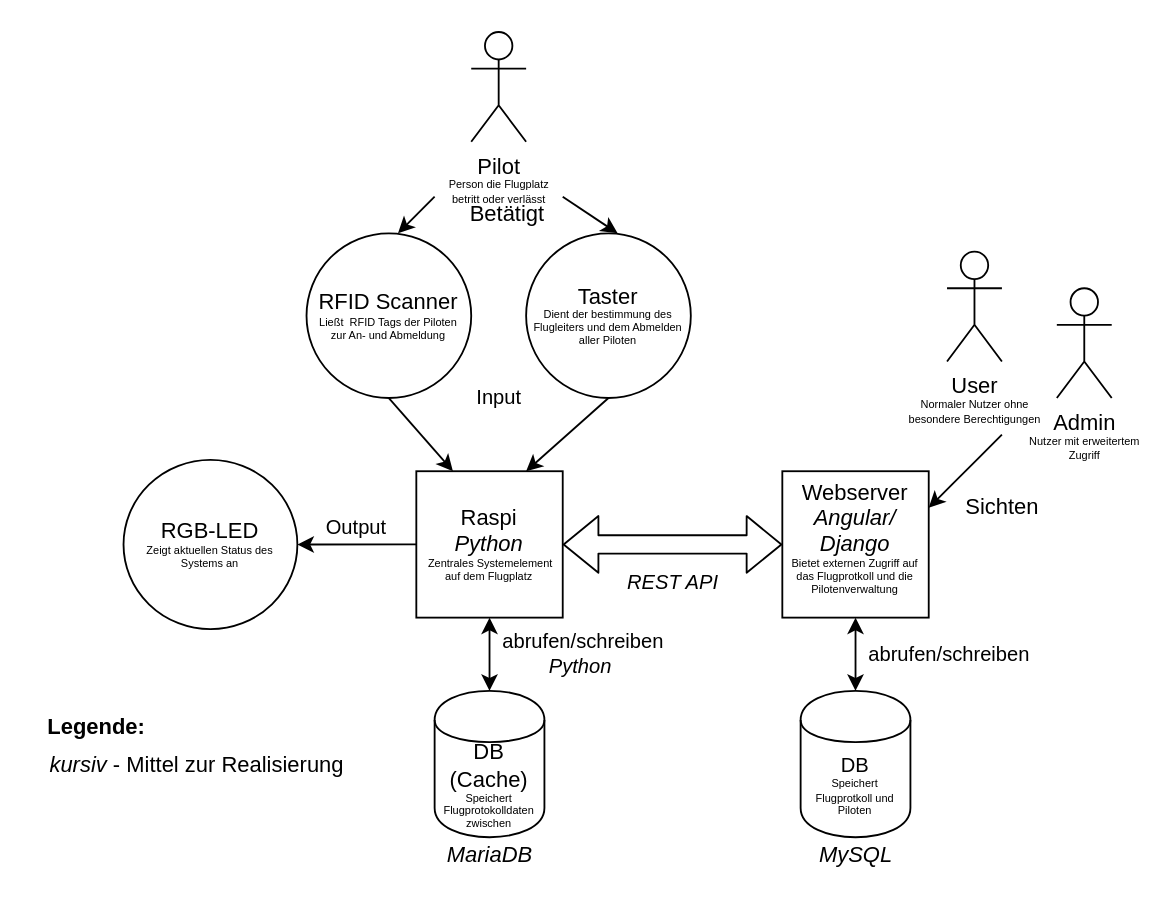
Lernni/E2-Anwesenheitserfassung-fuer-Modellflugplatz keeps this draw.io diagram as docs/architecture/images/C4_Model/C4_Level2.drawio. Above is the earlier version. Source tidied: cells renumbered, new cells numbered last; positions are measured from the earlier drawing's top-left corner, leaving out a move shared by most shapes. Both pictures are drawn from the tidied source at 183%, with x=0, y=0 at pixel (31, 31).
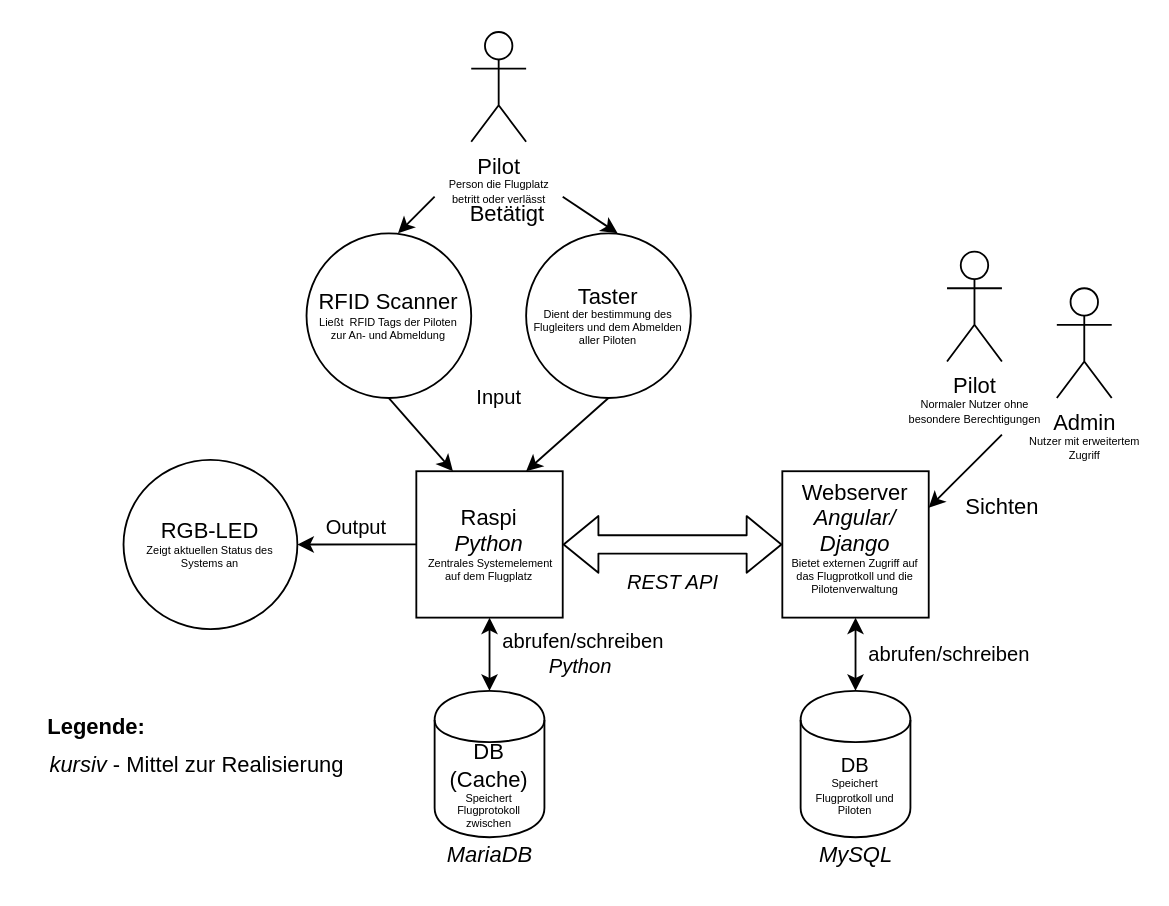
The same diagram, later.

Commit message (it also covers changes not shown here):
Korrektur C4-Modell (Level 2)

Change to the diagram source:
```diff
@@
-    <mxCell id="21" value="&lt;div&gt;DB (Cache)&lt;/div&gt;&lt;div style=&quot;font-size: 6px&quot;&gt;&lt;font style=&quot;font-size: 6px&quot;&gt;Speichert Flugprotokolldaten zwische&lt;/font&gt;n&lt;br&gt;&lt;/div&gt;" style="shape=cylinder;whiteSpace=wrap;html=1;boundedLbl=1;backgroundOutline=1;" parent="1" vertex="1">
+    <mxCell id="21" value="&lt;div&gt;DB (Cache)&lt;/div&gt;&lt;div style=&quot;font-size: 6px&quot;&gt;&lt;font style=&quot;font-size: 6px&quot;&gt;Speichert Flugprotokoll zwische&lt;/font&gt;n&lt;br&gt;&lt;/div&gt;" style="shape=cylinder;whiteSpace=wrap;html=1;boundedLbl=1;backgroundOutline=1;" parent="1" vertex="1">
       <mxGeometry x="220" y="360" width="60" height="80" as="geometry" />
     </mxCell>
@@
-    <mxCell id="25" value="&lt;div&gt;User&lt;/div&gt;&lt;div style=&quot;font-size: 6px&quot;&gt;&lt;font style=&quot;font-size: 6px&quot;&gt;Normaler Nutzer ohne&lt;/font&gt;&lt;/div&gt;&lt;div style=&quot;font-size: 6px&quot;&gt;&lt;font style=&quot;font-size: 6px&quot;&gt;besondere Berechtigungen&lt;/font&gt;&lt;br&gt;&lt;/div&gt;" style="shape=umlActor;verticalLabelPosition=bottom;verticalAlign=top;html=1;" parent="1" vertex="1">
+    <mxCell id="25" value="&lt;div&gt;Pilot&lt;/div&gt;&lt;div style=&quot;font-size: 6px&quot;&gt;&lt;font style=&quot;font-size: 6px&quot;&gt;Normaler Nutzer ohne&lt;/font&gt;&lt;/div&gt;&lt;div style=&quot;font-size: 6px&quot;&gt;&lt;font style=&quot;font-size: 6px&quot;&gt;besondere Berechtigungen&lt;/font&gt;&lt;br&gt;&lt;/div&gt;" style="shape=umlActor;verticalLabelPosition=bottom;verticalAlign=top;html=1;" parent="1" vertex="1">
       <mxGeometry x="500" y="120" width="30" height="60" as="geometry" />
     </mxCell>
```
